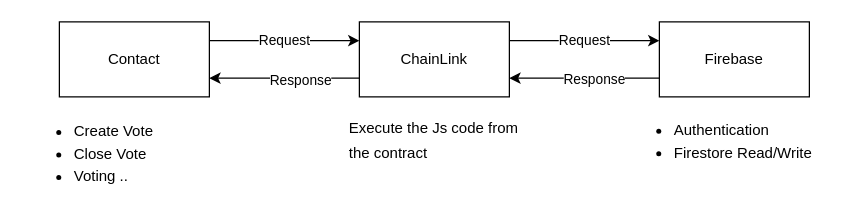
Above: contract/docs/architecture.drawio in dylan-kwon/vote-chain (draw.io), before the change. Source tidied: cells renumbered, new cells numbered last; positions are measured from the earlier drawing's top-left corner, leaving out a move shared by most shapes. Both pictures are drawn from the tidied source at 125%, with x=0, y=0 at pixel (21, 21).
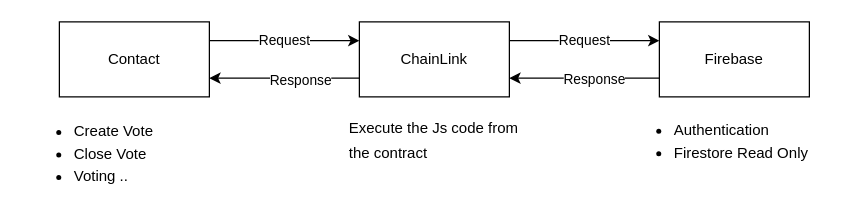
The same diagram, later.

The edit, as a diff of the source:
```diff
@@
 <mxGraphModel>
   <root>
     <mxCell id="0" />
     <mxCell id="1" parent="0" />
     <mxCell id="2" value="Contact" style="rounded=0;whiteSpace=wrap;html=1;" parent="1" vertex="1">
       <mxGeometry x="30" width="120" height="60" as="geometry" />
     </mxCell>
     <mxCell id="3" value="ChainLink" style="rounded=0;whiteSpace=wrap;html=1;" parent="1" vertex="1">
       <mxGeometry x="270" width="120" height="60" as="geometry" />
     </mxCell>
     <mxCell id="4" value="Firebase" style="rounded=0;whiteSpace=wrap;html=1;" parent="1" vertex="1">
       <mxGeometry x="510" width="120" height="60" as="geometry" />
     </mxCell>
     <mxCell id="5" value="Request" style="endArrow=classic;html=1;rounded=0;exitX=1;exitY=0.25;exitDx=0;exitDy=0;entryX=0;entryY=0.25;entryDx=0;entryDy=0;" parent="1" edge="1" source="2" target="3">
       <mxGeometry relative="1" as="geometry" />
     </mxCell>
     <mxCell id="6" value="Request" style="endArrow=classic;html=1;rounded=0;entryX=0;entryY=0.25;entryDx=0;entryDy=0;exitX=1;exitY=0.25;exitDx=0;exitDy=0;" parent="1" edge="1" source="3" target="4">
       <mxGeometry relative="1" as="geometry" />
     </mxCell>
     <mxCell id="7" style="endArrow=classic;html=1;rounded=0;exitX=0;exitY=0.75;exitDx=0;exitDy=0;entryX=1;entryY=0.75;entryDx=0;entryDy=0;" parent="1" edge="1" source="4" target="3">
       <mxGeometry relative="1" as="geometry" />
     </mxCell>
     <mxCell id="8" value="Response" style="edgeLabel;html=1;align=center;verticalAlign=middle;" parent="7" vertex="1">
       <mxGeometry x="-0.12" relative="1" as="geometry" />
     </mxCell>
     <mxCell id="9" style="endArrow=classic;html=1;rounded=0;exitX=0;exitY=0.75;exitDx=0;exitDy=0;entryX=1;entryY=0.75;entryDx=0;entryDy=0;" parent="1" edge="1" source="3" target="2">
       <mxGeometry relative="1" as="geometry" />
     </mxCell>
     <mxCell id="10" value="Response" style="edgeLabel;html=1;align=center;verticalAlign=middle;" parent="9" vertex="1">
       <mxGeometry x="-0.2" y="1" relative="1" as="geometry" />
     </mxCell>
     <mxCell id="11" value="&lt;ul style=&quot;line-height: 150%;&quot;&gt;&lt;li&gt;Create Vote&lt;/li&gt;&lt;li&gt;Close Vote&lt;/li&gt;&lt;li&gt;Voting&amp;nbsp;..&lt;/li&gt;&lt;/ul&gt;" style="text;html=1;align=left;verticalAlign=middle;whiteSpace=wrap;rounded=0;" parent="1" vertex="1">
       <mxGeometry y="70" width="120" height="70" as="geometry" />
     </mxCell>
-    <mxCell id="12" value="&lt;ul style=&quot;line-height: 150%;&quot;&gt;&lt;li&gt;Authentication&lt;/li&gt;&lt;li&gt;Firestore Read/Write&lt;/li&gt;&lt;/ul&gt;" style="text;html=1;align=left;verticalAlign=middle;whiteSpace=wrap;rounded=0;" parent="1" vertex="1">
+    <mxCell id="12" value="&lt;ul style=&quot;line-height: 150%;&quot;&gt;&lt;li&gt;Authentication&lt;/li&gt;&lt;li&gt;Firestore Read Only&lt;/li&gt;&lt;/ul&gt;" style="text;html=1;align=left;verticalAlign=middle;whiteSpace=wrap;rounded=0;" parent="1" vertex="1">
       <mxGeometry x="480" y="60" width="180" height="70" as="geometry" />
     </mxCell>
     <mxCell id="13" value="&lt;p style=&quot;line-height: 160%;&quot;&gt;&lt;span style=&quot;background-color: initial;&quot;&gt;Execute the Js code&lt;/span&gt;&lt;span style=&quot;background-color: initial;&quot;&gt;&amp;nbsp;from the contract&lt;/span&gt;&lt;/p&gt;" style="text;html=1;align=left;verticalAlign=middle;whiteSpace=wrap;rounded=0;" parent="1" vertex="1">
       <mxGeometry x="260" y="60" width="150" height="70" as="geometry" />
     </mxCell>
   </root>
 </mxGraphModel>
```
